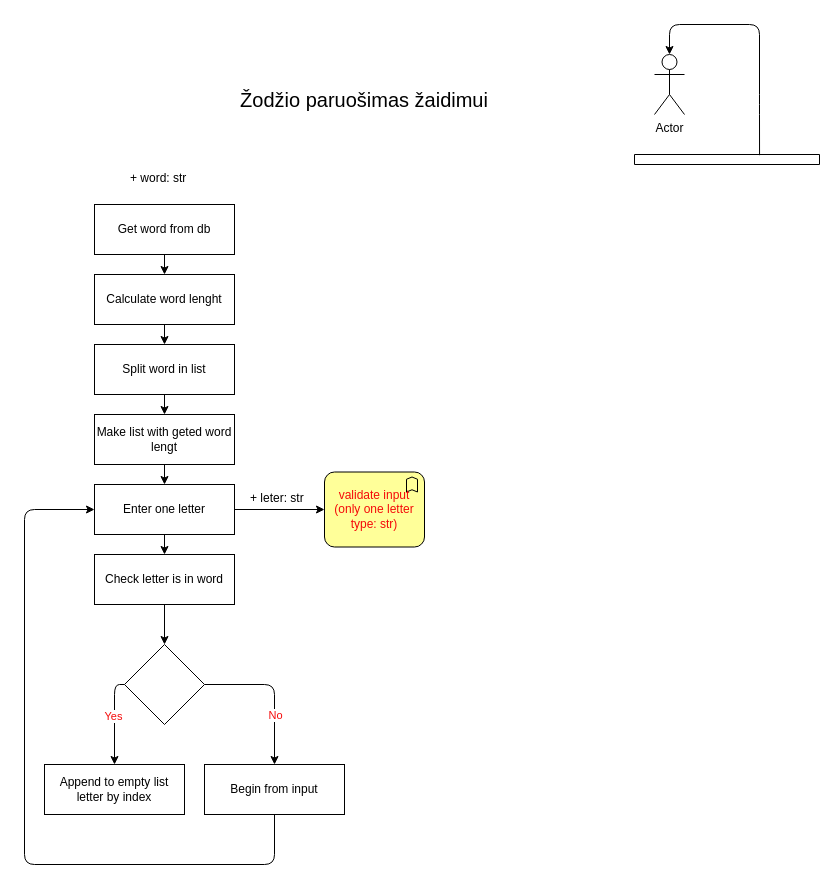
This is page "Code" (3 of 4) of project.dio from giedriuzz/hangman_last_chance, a draw.io file, before an edit. Source tidied: cells renumbered, new cells numbered last; positions are measured from the earlier drawing's top-left corner, leaving out a move shared by most shapes. Both pictures are drawn from the tidied source at 100%, with x=0, y=0 at pixel (24, 24).
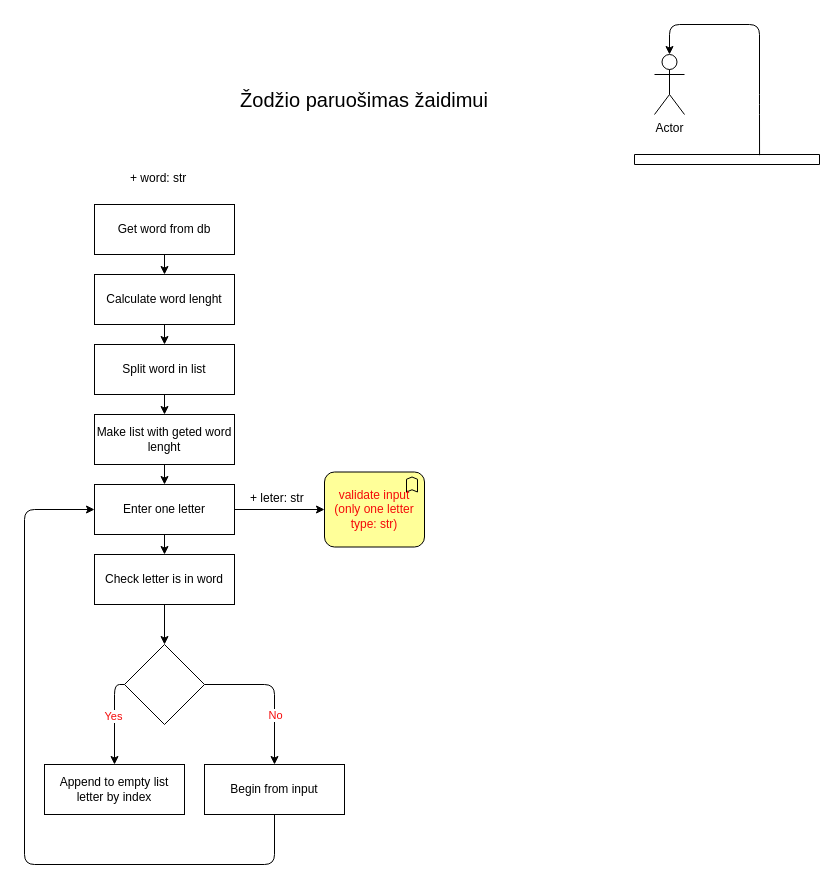
After the change.

What changed in the source:
```diff
@@
-    <mxCell id="13" value="Make list with geted word lengt" style="rounded=0;whiteSpace=wrap;html=1;" parent="1" vertex="1">
+    <mxCell id="13" value="Make list with geted word lenght" style="rounded=0;whiteSpace=wrap;html=1;" parent="1" vertex="1">
       <mxGeometry x="70" y="390" width="140" height="50" as="geometry" />
     </mxCell>
```
